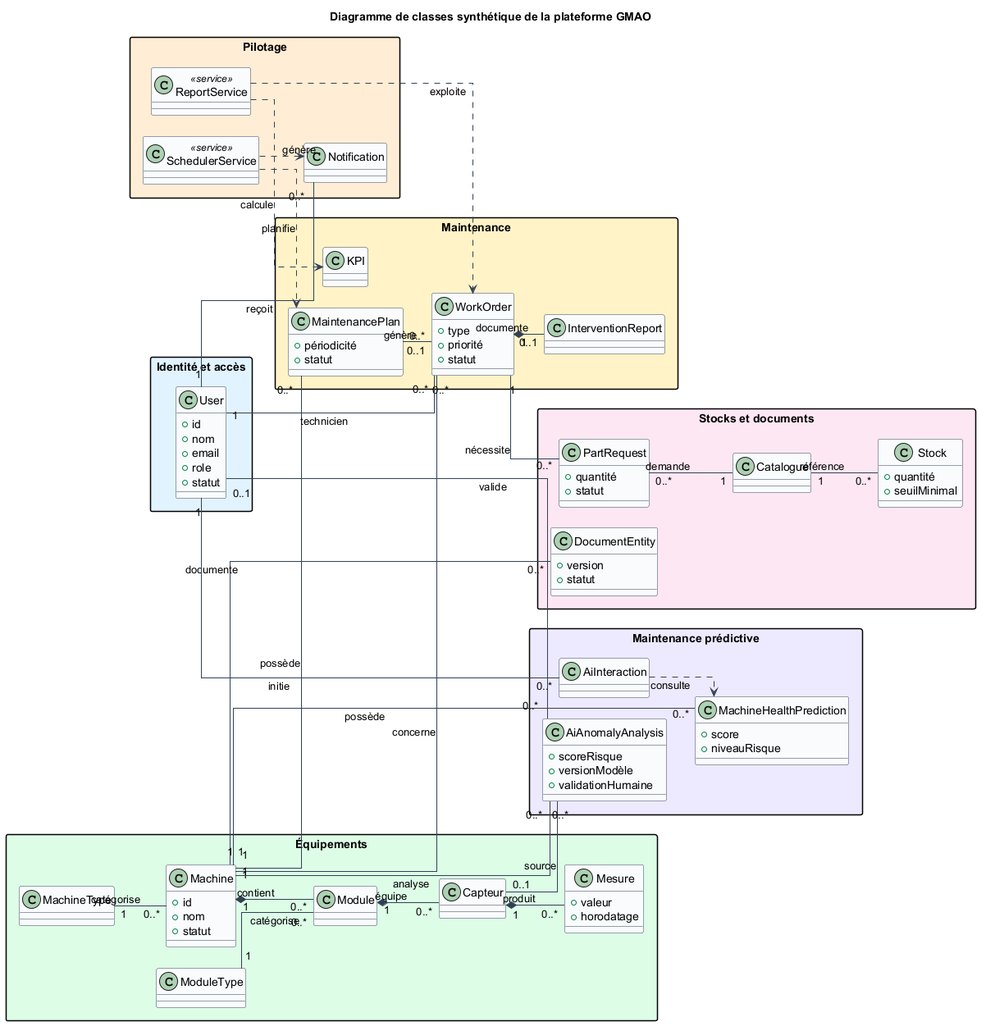
Above: figures/class-diagram-executive.png in balsemkhouniblossom/RapportDeStagePFE2026 (PlantUML), before the change.
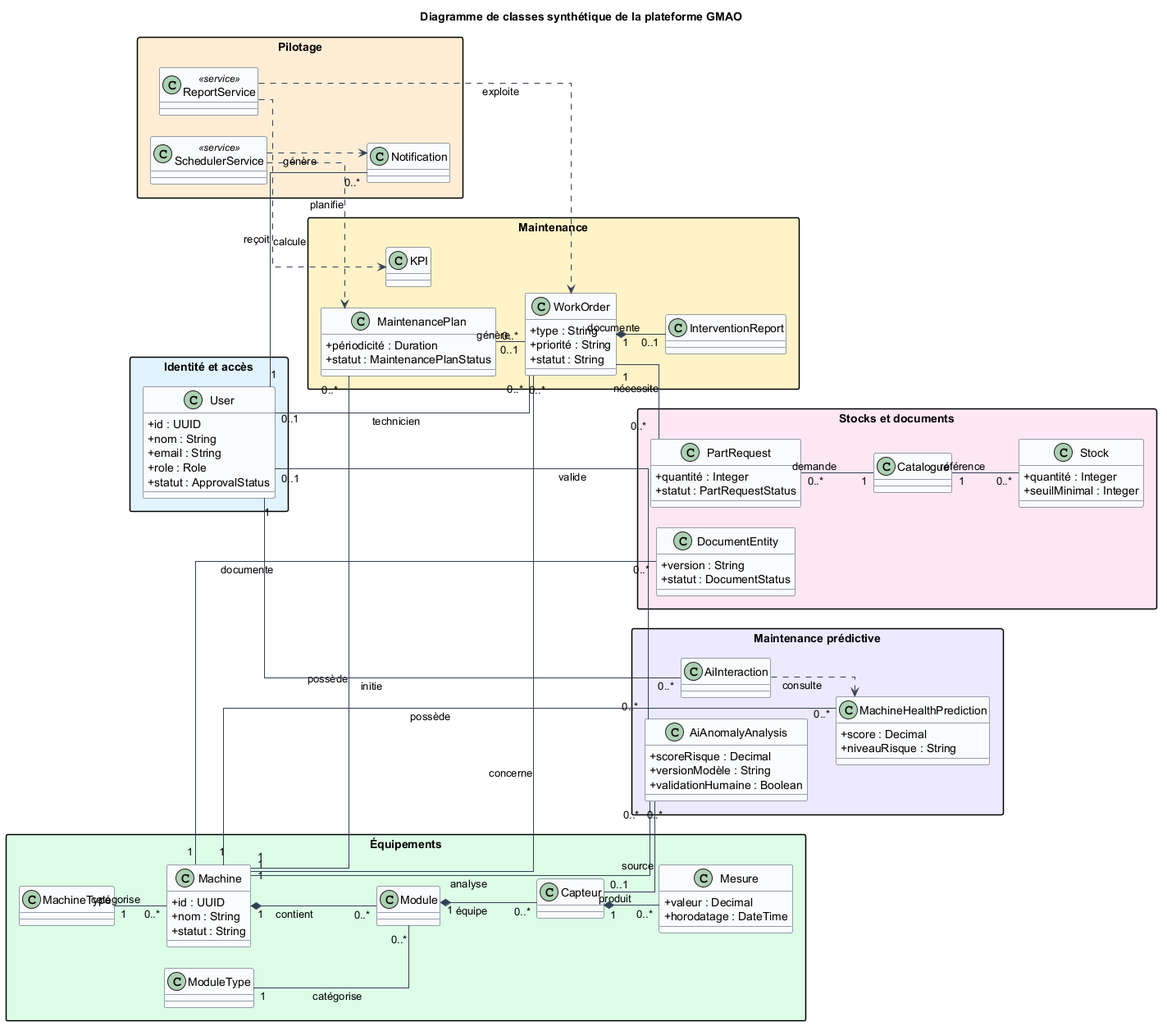
After the commit.

Commit message:
Update use case and class diagrams, enhance descriptions, and add UML reference

Change to the diagram source:
```diff
@@ -10,44 +10,45 @@
   BorderColor #334155
   ArrowColor #334155
 }
+skinparam classAttributeIconSize 0
 
 title Diagramme de classes synthétique de la plateforme GMAO
 
 package "Identité et accès" #E0F2FE {
   class User {
-    +id
-    +nom
-    +email
-    +role
-    +statut
+    +id : UUID
+    +nom : String
+    +email : String
+    +role : Role
+    +statut : ApprovalStatus
   }
 }
 
 package "Équipements" #DCFCE7 {
   class MachineType
   class Machine {
-    +id
-    +nom
-    +statut
+    +id : UUID
+    +nom : String
+    +statut : String
   }
   class ModuleType
   class Module
   class Capteur
   class Mesure {
-    +valeur
-    +horodatage
+    +valeur : Decimal
+    +horodatage : DateTime
   }
 }
 
 package "Maintenance" #FEF3C7 {
   class MaintenancePlan {
-    +périodicité
-    +statut
+    +périodicité : Duration
+    +statut : MaintenancePlanStatus
   }
   class WorkOrder {
-    +type
-    +priorité
-    +statut
+    +type : String
+    +priorité : String
+    +statut : String
   }
   class InterventionReport
   class KPI
@@ -56,16 +57,16 @@
 package "Stocks et documents" #FCE7F3 {
   class Catalogue
   class Stock {
-    +quantité
-    +seuilMinimal
+    +quantité : Integer
+    +seuilMinimal : Integer
   }
   class PartRequest {
-    +quantité
-    +statut
+    +quantité : Integer
+    +statut : PartRequestStatus
   }
   class DocumentEntity {
-    +version
-    +statut
+    +version : String
+    +statut : DocumentStatus
   }
 }
 
@@ -77,13 +78,13 @@
 
 package "Maintenance prédictive" #EDE9FE {
   class MachineHealthPrediction {
-    +score
-    +niveauRisque
+    +score : Decimal
+    +niveauRisque : String
   }
   class AiAnomalyAnalysis {
-    +scoreRisque
-    +versionModèle
-    +validationHumaine
+    +scoreRisque : Decimal
+    +versionModèle : String
+    +validationHumaine : Boolean
   }
   class AiInteraction
 }
@@ -97,7 +98,7 @@
 Machine "1" -- "0..*" MaintenancePlan : possède
 Machine "1" -- "0..*" WorkOrder : concerne
 MaintenancePlan "0..1" -- "0..*" WorkOrder : génère
-User "1" -- "0..*" WorkOrder : technicien
+User "0..1" -- "0..*" WorkOrder : technicien
 WorkOrder "1" *-- "0..1" InterventionReport : documente
 WorkOrder "1" -- "0..*" PartRequest : nécessite
 Catalogue "1" -- "0..*" Stock : référence
```
